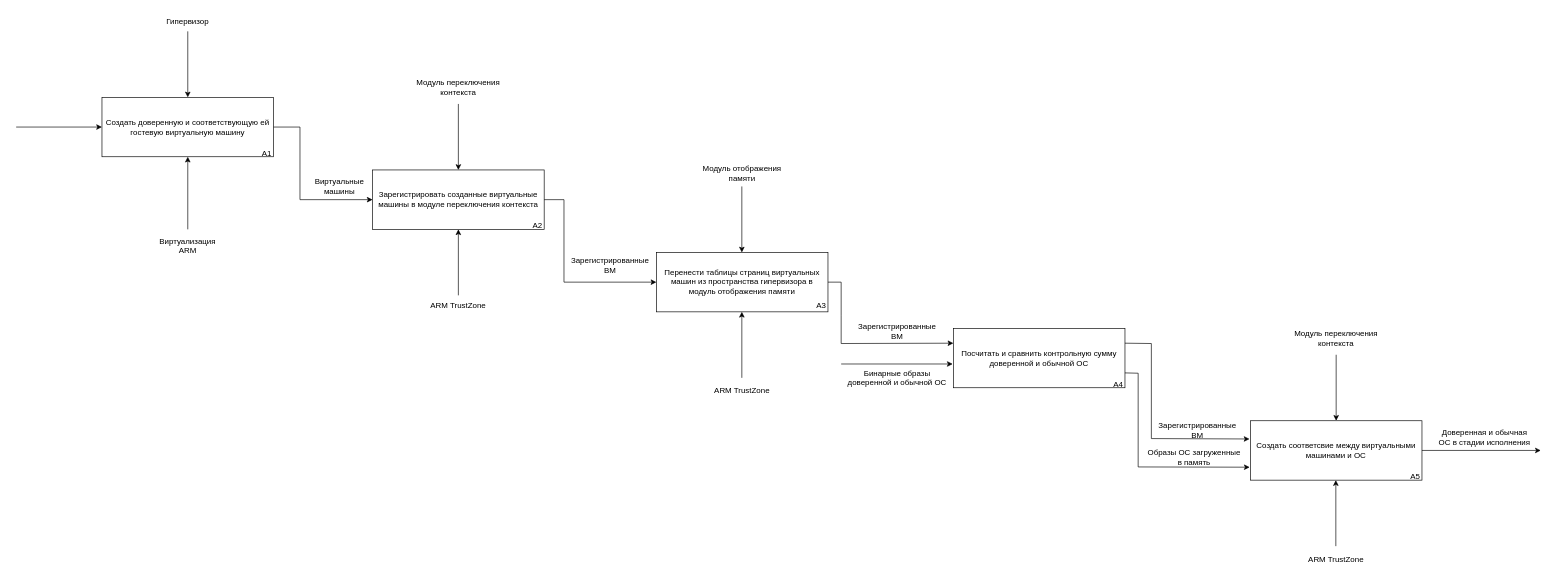
Above: page "Page-2" (2 of 2) of docs/drawio/idef0-secure-boot.drawio in mRrvz/bmstu-masters-diploma (draw.io), before the change. Source tidied: cells renumbered, new cells numbered last; positions are measured from the earlier drawing's top-left corner, leaving out a move shared by most shapes. Both pictures are drawn from the tidied source at 66%, with x=0, y=0 at pixel (16, 11).
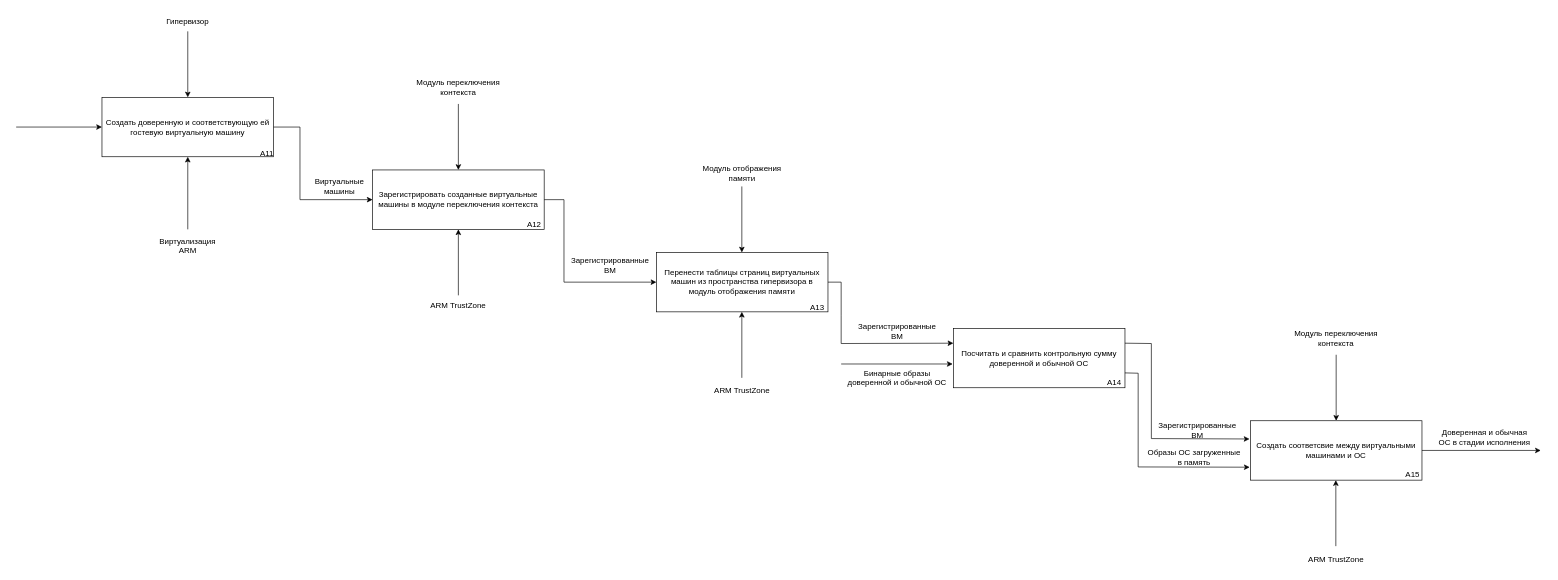
The same page after the edit.

Diff of the diagram source:
```diff
@@
-    <mxCell id="28" value="A1" style="text;html=1;align=center;verticalAlign=middle;whiteSpace=wrap;rounded=0;" parent="1" vertex="1">
+    <mxCell id="28" value="A11" style="text;html=1;align=center;verticalAlign=middle;whiteSpace=wrap;rounded=0;" parent="1" vertex="1">
       <mxGeometry x="350" y="200" width="60" height="30" as="geometry" />
     </mxCell>
-    <mxCell id="29" value="A2" style="text;html=1;align=center;verticalAlign=middle;whiteSpace=wrap;rounded=0;" parent="1" vertex="1">
-      <mxGeometry x="760" y="310" width="60" height="30" as="geometry" />
+    <mxCell id="29" value="A12" style="text;html=1;align=center;verticalAlign=middle;whiteSpace=wrap;rounded=0;" parent="1" vertex="1">
+      <mxGeometry x="755" y="308" width="60" height="30" as="geometry" />
     </mxCell>
-    <mxCell id="30" value="A3" style="text;html=1;align=center;verticalAlign=middle;whiteSpace=wrap;rounded=0;" parent="1" vertex="1">
-      <mxGeometry x="1190" y="430" width="60" height="30" as="geometry" />
+    <mxCell id="30" value="A13" style="text;html=1;align=center;verticalAlign=middle;whiteSpace=wrap;rounded=0;" parent="1" vertex="1">
+      <mxGeometry x="1184" y="433" width="60" height="30" as="geometry" />
     </mxCell>
-    <mxCell id="31" value="A4" style="text;html=1;align=center;verticalAlign=middle;whiteSpace=wrap;rounded=0;" parent="1" vertex="1">
-      <mxGeometry x="1640" y="550" width="60" height="30" as="geometry" />
+    <mxCell id="31" value="A14" style="text;html=1;align=center;verticalAlign=middle;whiteSpace=wrap;rounded=0;" parent="1" vertex="1">
+      <mxGeometry x="1634" y="547" width="60" height="30" as="geometry" />
     </mxCell>
-    <mxCell id="32" value="A5" style="text;html=1;align=center;verticalAlign=middle;whiteSpace=wrap;rounded=0;" parent="1" vertex="1">
-      <mxGeometry x="2090" y="690" width="60" height="30" as="geometry" />
+    <mxCell id="32" value="A15" style="text;html=1;align=center;verticalAlign=middle;whiteSpace=wrap;rounded=0;" parent="1" vertex="1">
+      <mxGeometry x="2086" y="687" width="60" height="30" as="geometry" />
     </mxCell>
```
